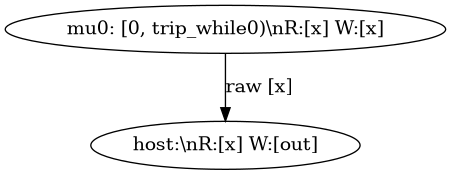
Servyi-Agent/pypto-symir keeps this Graphviz diagram as out/while_loop.png. Above is the earlier version. Its source is kept beside it as out/while_loop.dot.
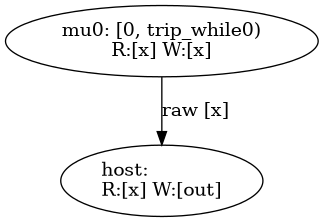
Above is the later version.

What changed in the source:
```diff
@@ -1,5 +1,5 @@
 digraph {
-    0 [ label = "host:\\nR:[x] W:[out]" ]
-    1 [ label = "mu0: [0, trip_while0)\\nR:[x] W:[x]" ]
+    0 [ label = "host:\lR:[x] W:[out]" ]
+    1 [ label = "mu0: [0, trip_while0)\lR:[x] W:[x]" ]
     1 -> 0 [ label = "raw [x]" ]
 }
```
